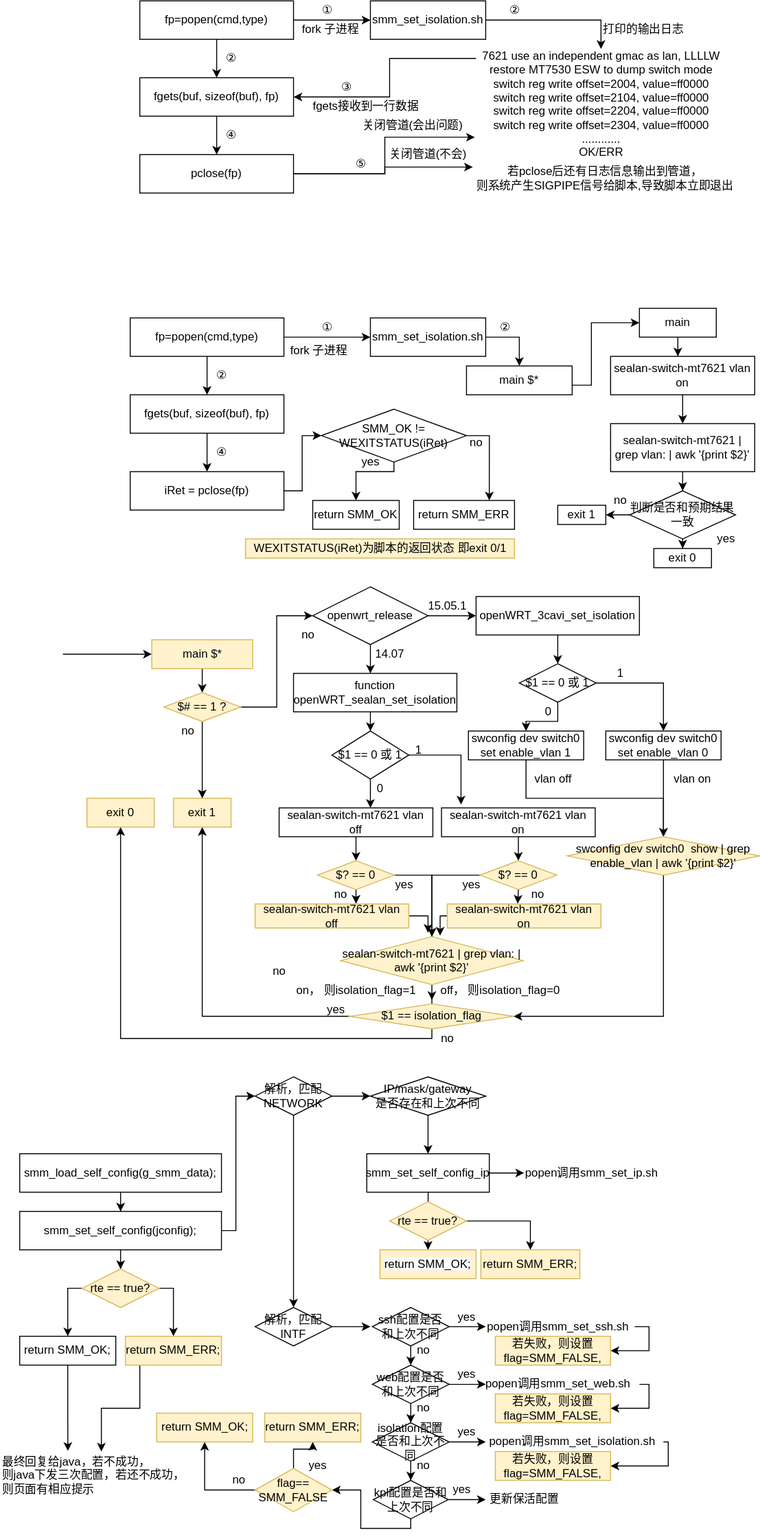
Archive-ch/Web_Demo keeps this draw.io diagram as drag_demo/popen_isolation.svg. Above is the earlier version. Source tidied: cells renumbered, new cells last; positions are measured from the earlier drawing's top-left corner, leaving out a move shared by most shapes.
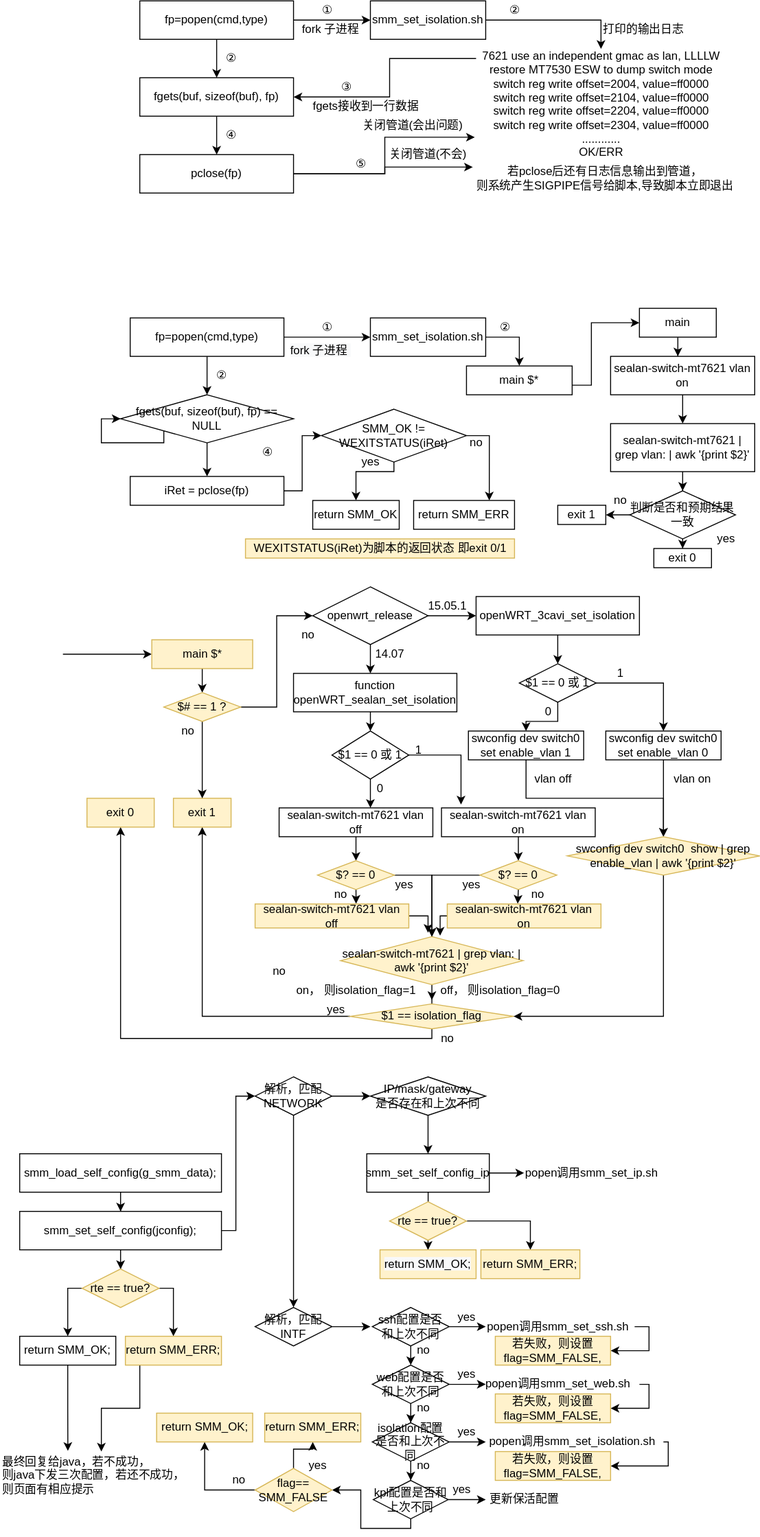
The same file after the commit.

Diff of the diagram source:
```diff
@@ -89,8 +89,10 @@
         <mxPoint x="385" y="350" as="targetPoint" />
       </mxGeometry>
     </mxCell>
-    <mxCell id="25" style="edgeStyle=orthogonalEdgeStyle;rounded=0;jettySize=auto;html=1;entryX=0.5;entryY=0;entryDx=0;entryDy=0;" parent="1" edge="1" source="26" target="30">
-      <mxGeometry relative="1" as="geometry" />
+    <mxCell id="25" style="edgeStyle=orthogonalEdgeStyle;rounded=0;jettySize=auto;html=1;entryX=0.5;entryY=0;entryDx=0;entryDy=0;" parent="1" edge="1" source="26">
+      <mxGeometry relative="1" as="geometry">
+        <mxPoint x="215" y="410" as="targetPoint" />
+      </mxGeometry>
     </mxCell>
     <mxCell id="26" value="fp=popen(cmd,type)" style="rounded=0;whiteSpace=wrap;html=1;" parent="1" vertex="1">
       <mxGeometry x="135" y="330" width="160" height="40" as="geometry" />
@@ -105,14 +107,6 @@
     <mxCell id="28" value="smm_set_isolation.sh" style="whiteSpace=wrap;html=1;" parent="1" vertex="1">
       <mxGeometry x="385" y="330" width="120" height="40" as="geometry" />
     </mxCell>
-    <mxCell id="29" style="edgeStyle=orthogonalEdgeStyle;rounded=0;jettySize=auto;html=1;" parent="1" edge="1" source="30">
-      <mxGeometry relative="1" as="geometry">
-        <mxPoint x="215" y="490" as="targetPoint" />
-      </mxGeometry>
-    </mxCell>
-    <mxCell id="30" value="fgets(buf, sizeof(buf), fp)" style="whiteSpace=wrap;html=1;" parent="1" vertex="1">
-      <mxGeometry x="135" y="410" width="160" height="40" as="geometry" />
-    </mxCell>
     <mxCell id="31" style="edgeStyle=orthogonalEdgeStyle;rounded=0;jettySize=auto;html=1;entryX=0;entryY=0.5;entryDx=0;entryDy=0;startArrow=none;startFill=0;endArrow=classic;endFill=1;" parent="1" edge="1" source="32" target="187">
       <mxGeometry relative="1" as="geometry">
         <Array as="points">
@@ -122,7 +116,7 @@
       </mxGeometry>
     </mxCell>
     <mxCell id="32" value="iRet = pclose(fp)" style="whiteSpace=wrap;html=1;" parent="1" vertex="1">
-      <mxGeometry x="135" y="490" width="160" height="40" as="geometry" />
+      <mxGeometry x="135" y="495" width="160" height="30" as="geometry" />
     </mxCell>
     <mxCell id="33" value="①" style="text;html=1;align=center;verticalAlign=middle;" parent="1" vertex="1">
       <mxGeometry x="325" y="330" width="30" height="20" as="geometry" />
@@ -134,7 +128,7 @@
       <mxGeometry x="215" y="380" width="30" height="20" as="geometry" />
     </mxCell>
     <mxCell id="36" value="④" style="text;html=1;align=center;verticalAlign=middle;" parent="1" vertex="1">
-      <mxGeometry x="215" y="460" width="30" height="20" as="geometry" />
+      <mxGeometry x="262.5" y="460" width="30" height="20" as="geometry" />
     </mxCell>
     <mxCell id="37" style="edgeStyle=orthogonalEdgeStyle;rounded=0;jettySize=auto;html=1;entryX=0;entryY=0.5;entryDx=0;entryDy=0;" parent="1" edge="1" source="38" target="40">
       <mxGeometry relative="1" as="geometry">
@@ -728,5 +722,20 @@
     <mxCell id="192" value="WEXITSTATUS(iRet)为脚本的返回状态 即exit 0/1" style="text;html=1;align=center;verticalAlign=middle;fillColor=#fff2cc;strokeColor=#d6b656;" parent="1" vertex="1">
       <mxGeometry x="255" y="560" width="280" height="20" as="geometry" />
     </mxCell>
+    <mxCell id="193" style="edgeStyle=orthogonalEdgeStyle;rounded=0;jettySize=auto;html=1;entryX=0.5;entryY=0;entryDx=0;entryDy=0;startArrow=none;startFill=0;endArrow=classic;endFill=1;" parent="1" edge="1" source="194" target="32">
+      <mxGeometry relative="1" as="geometry" />
+    </mxCell>
+    <mxCell id="194" value="fgets(buf, sizeof(buf), fp) == NULL" style="rhombus;whiteSpace=wrap;html=1;" parent="1" vertex="1">
+      <mxGeometry x="125" y="410" width="180" height="50" as="geometry" />
+    </mxCell>
+    <mxCell id="195" style="edgeStyle=orthogonalEdgeStyle;rounded=0;orthogonalLoop=1;jettySize=auto;html=1;exitX=0;exitY=1;exitDx=0;exitDy=0;entryX=0;entryY=0.5;entryDx=0;entryDy=0;startArrow=none;startFill=0;endArrow=classic;endFill=1;" parent="1" edge="1" source="194" target="194">
+      <mxGeometry relative="1" as="geometry">
+        <Array as="points">
+          <mxPoint x="170" y="460" />
+          <mxPoint x="105" y="460" />
+          <mxPoint x="105" y="435" />
+        </Array>
+      </mxGeometry>
+    </mxCell>
   </root>
 </mxGraphModel>
```
